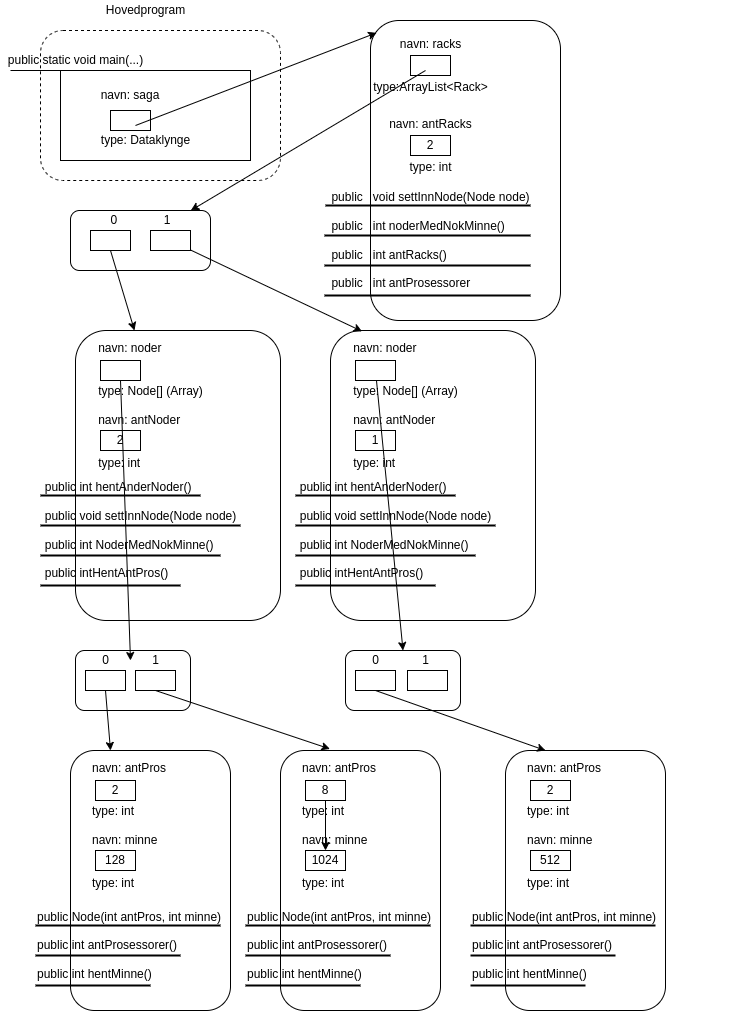
Before: oblig1/datastruktur.png, a diagram exported from draw.io (edward-kng/in1010). Source tidied: cells renumbered, new cells last; positions are measured from the earlier drawing's top-left corner, leaving out a move shared by most shapes.
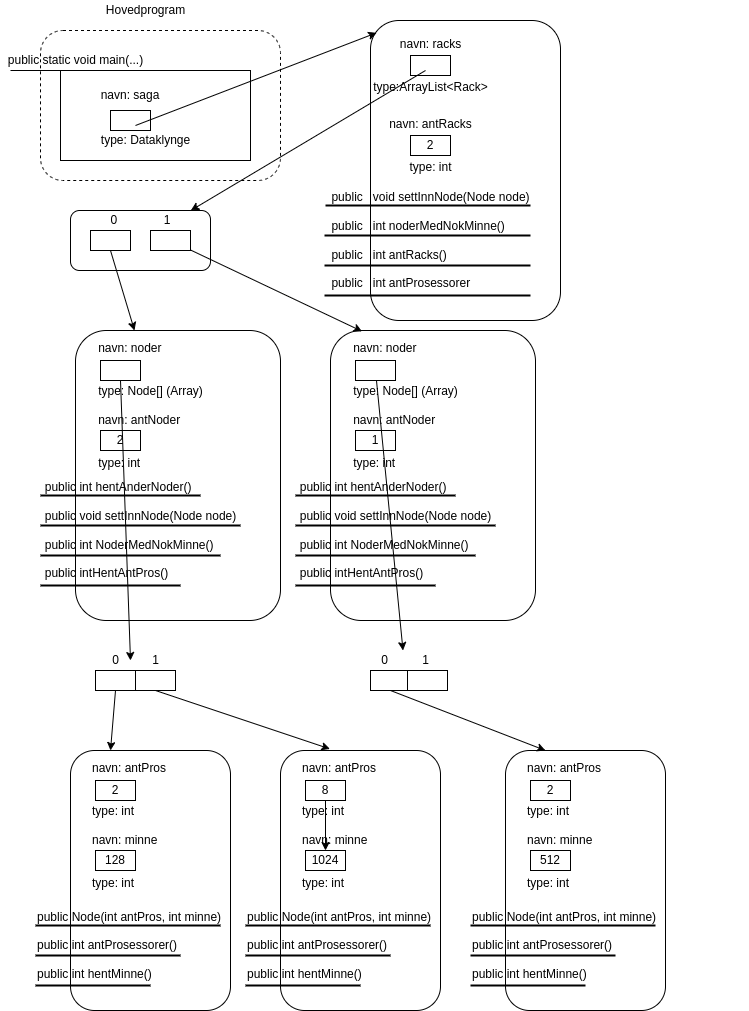
The same diagram one commit later.

Commit message:
Fix wrong ArrayList data type

Diff of the diagram source:
```diff
@@ -143,14 +143,11 @@
     <mxCell id="45" style="line;strokeWidth=2;html=1;" parent="1" vertex="1">
       <mxGeometry x="295" y="580" width="140" height="10" as="geometry" />
     </mxCell>
-    <mxCell id="46" style="rounded=1;whiteSpace=wrap;html=1;" parent="1" vertex="1">
-      <mxGeometry x="75" y="650" width="115" height="60" as="geometry" />
-    </mxCell>
     <mxCell id="47" style="rounded=0;whiteSpace=wrap;html=1;" parent="1" vertex="1">
-      <mxGeometry x="85" y="670" width="40" height="20" as="geometry" />
+      <mxGeometry x="95" y="670" width="40" height="20" as="geometry" />
     </mxCell>
     <mxCell id="48" value="0" style="text;html=1;align=center;verticalAlign=middle;strokeColor=none;fillColor=none;" parent="1" vertex="1">
-      <mxGeometry x="95" y="650" width="20" height="20" as="geometry" />
+      <mxGeometry x="105" y="650" width="20" height="20" as="geometry" />
     </mxCell>
     <mxCell id="49" style="rounded=0;whiteSpace=wrap;html=1;" parent="1" vertex="1">
       <mxGeometry x="135" y="670" width="40" height="20" as="geometry" />
@@ -158,14 +155,11 @@
     <mxCell id="50" value="1" style="text;html=1;align=center;verticalAlign=middle;strokeColor=none;fillColor=none;" parent="1" vertex="1">
       <mxGeometry x="145" y="650" width="20" height="20" as="geometry" />
     </mxCell>
-    <mxCell id="51" style="rounded=1;whiteSpace=wrap;html=1;" parent="1" vertex="1">
-      <mxGeometry x="345" y="650" width="115" height="60" as="geometry" />
-    </mxCell>
     <mxCell id="52" style="rounded=0;whiteSpace=wrap;html=1;" parent="1" vertex="1">
-      <mxGeometry x="355" y="670" width="40" height="20" as="geometry" />
+      <mxGeometry x="370" y="670" width="40" height="20" as="geometry" />
     </mxCell>
     <mxCell id="53" value="0" style="text;html=1;align=center;verticalAlign=middle;strokeColor=none;fillColor=none;" parent="1" vertex="1">
-      <mxGeometry x="365" y="650" width="20" height="20" as="geometry" />
+      <mxGeometry x="373.8" y="650" width="20" height="20" as="geometry" />
     </mxCell>
     <mxCell id="54" value="1&lt;br&gt;" style="text;html=1;align=center;verticalAlign=middle;strokeColor=none;fillColor=none;" parent="1" vertex="1">
       <mxGeometry x="415" y="650" width="20" height="20" as="geometry" />
@@ -250,8 +244,10 @@
         <mxPoint x="130" y="660" as="targetPoint" />
       </mxGeometry>
     </mxCell>
-    <mxCell id="81" style="endArrow=classic;html=1;rounded=0;entryX=0.5;entryY=0;entryDx=0;entryDy=0;" parent="1" edge="1" source="39" target="51">
-      <mxGeometry relative="1" as="geometry" />
+    <mxCell id="81" style="endArrow=classic;html=1;rounded=0;entryX=0.5;entryY=0;entryDx=0;entryDy=0;" parent="1" edge="1" source="39">
+      <mxGeometry relative="1" as="geometry">
+        <mxPoint x="402.5" y="650" as="targetPoint" />
+      </mxGeometry>
     </mxCell>
     <mxCell id="82" style="endArrow=classic;html=1;rounded=0;exitX=0.5;exitY=1;exitDx=0;exitDy=0;entryX=0.25;entryY=0;entryDx=0;entryDy=0;" parent="1" edge="1" source="47" target="55">
       <mxGeometry relative="1" as="geometry" />
```
